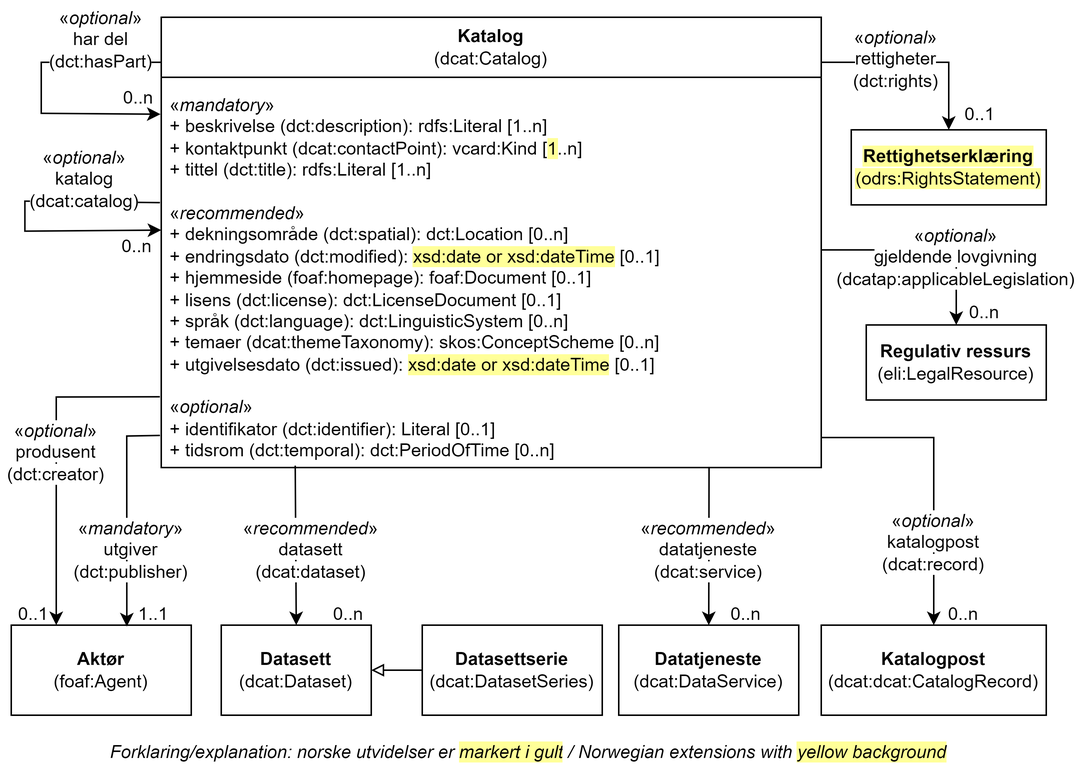
The draw.io diagram docs/images/Klassen-Katalog.png in Informasjonsforvaltning/dcat-ap-no, before a commit. Source tidied: cells renumbered, new cells last; positions are measured from the earlier drawing's top-left corner, leaving out a move shared by most shapes.
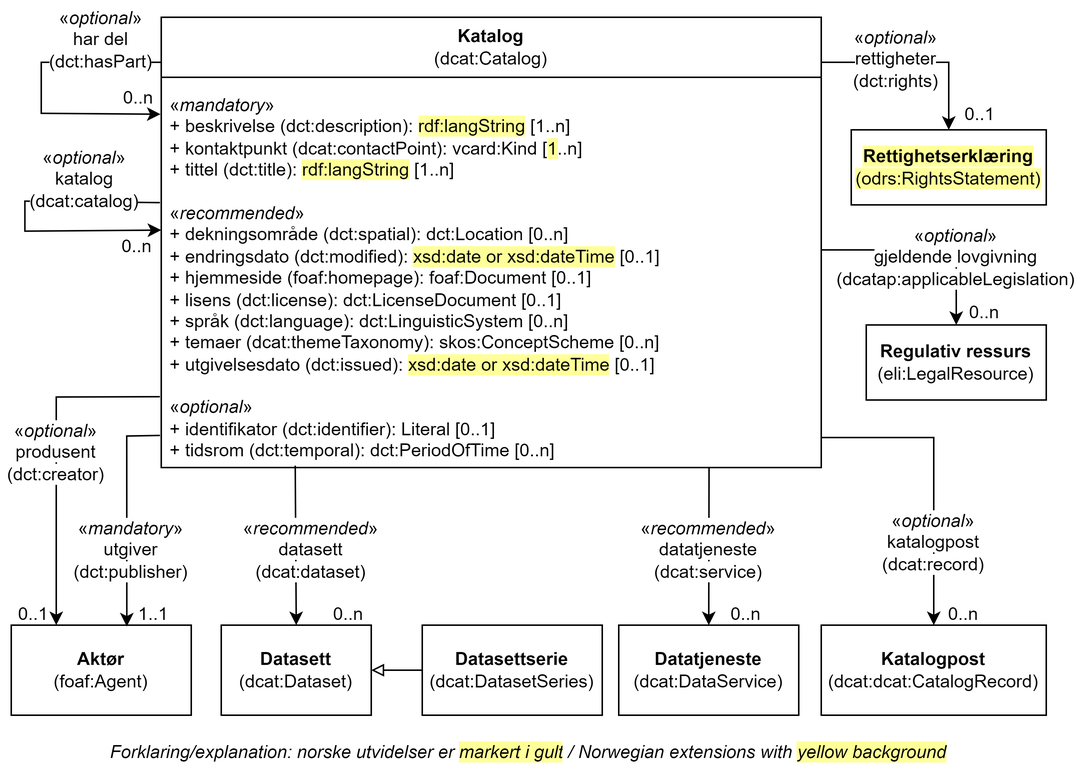
The same diagram one commit later.

Commit message:
Issue #530 Katalog

The edit, as a diff of the source:
```diff
@@ -5,7 +5,7 @@
     <mxCell id="2" value="Katalog&lt;br&gt;&lt;span style=&quot;font-weight: normal;&quot;&gt;(dcat:Catalog)&lt;/span&gt;" style="swimlane;whiteSpace=wrap;html=1;startSize=40;" parent="1" vertex="1">
       <mxGeometry x="100" width="440" height="300" as="geometry" />
     </mxCell>
-    <mxCell id="3" value="«&lt;i&gt;mandatory&lt;/i&gt;»&lt;br&gt;+ beskrivelse (dct:description): rdfs:Literal [1..n]&lt;br&gt;+ kontaktpunkt (dcat:contactPoint): vcard:Kind [&lt;span style=&quot;background-color: rgb(255, 255, 153);&quot;&gt;1&lt;/span&gt;..n]&lt;br&gt;+ tittel (dct:title): rdfs:Literal [1..n]&lt;br&gt;&lt;br&gt;«&lt;i&gt;recommended&lt;/i&gt;»&lt;br&gt;+ dekningsområde (dct:spatial): dct:Location [0..n]&lt;br&gt;+ endringsdato (dct:modified): &lt;span style=&quot;background-color: rgb(255, 255, 153);&quot;&gt;xsd:date or xsd:dateTime&lt;/span&gt; [0..1]&lt;br&gt;+ hjemmeside (foaf:homepage): foaf:Document [0..1]&lt;br&gt;+ lisens (dct:license): dct:LicenseDocument [0..1]&lt;br&gt;+ språk (dct:language): dct:LinguisticSystem [0..n]&lt;br&gt;+ temaer (dcat:themeTaxonomy): skos:ConceptScheme [0..n]&lt;br&gt;+ utgivelsesdato (dct:issued): &lt;span style=&quot;background-color: rgb(255, 255, 153);&quot;&gt;xsd:date or xsd:dateTime&lt;/span&gt; [0..1]&lt;br&gt;&lt;br&gt;«&lt;i&gt;optional&lt;/i&gt;»&lt;br&gt;&lt;div&gt;+ identifikator (dct:identifier): Literal [0..1]&lt;br&gt;+ tidsrom (dct:temporal): dct:PeriodOfTime [0..n]&lt;/div&gt;" style="text;strokeColor=none;fillColor=none;align=left;verticalAlign=top;spacingLeft=4;spacingRight=4;overflow=hidden;points=[[0,0.5],[1,0.5]];portConstraint=eastwest;whiteSpace=wrap;html=1;" parent="2" vertex="1">
+    <mxCell id="3" value="«&lt;i&gt;mandatory&lt;/i&gt;»&lt;br&gt;+ beskrivelse (dct:description): &lt;span style=&quot;background-color: rgb(255, 255, 153);&quot;&gt;rdf:langString&lt;/span&gt; [1..n]&lt;br&gt;+ kontaktpunkt (dcat:contactPoint): vcard:Kind [&lt;span style=&quot;background-color: rgb(255, 255, 153);&quot;&gt;1&lt;/span&gt;..n]&lt;br&gt;+ tittel (dct:title):&amp;nbsp;&lt;span style=&quot;background-color: rgb(255, 255, 153);&quot;&gt;rdf:langString&lt;/span&gt;&amp;nbsp;[1..n]&lt;br&gt;&lt;br&gt;«&lt;i&gt;recommended&lt;/i&gt;»&lt;br&gt;+ dekningsområde (dct:spatial): dct:Location [0..n]&lt;br&gt;+ endringsdato (dct:modified): &lt;span style=&quot;background-color: rgb(255, 255, 153);&quot;&gt;xsd:date or xsd:dateTime&lt;/span&gt; [0..1]&lt;br&gt;+ hjemmeside (foaf:homepage): foaf:Document [0..1]&lt;br&gt;+ lisens (dct:license): dct:LicenseDocument [0..1]&lt;br&gt;+ språk (dct:language): dct:LinguisticSystem [0..n]&lt;br&gt;+ temaer (dcat:themeTaxonomy): skos:ConceptScheme [0..n]&lt;br&gt;+ utgivelsesdato (dct:issued): &lt;span style=&quot;background-color: rgb(255, 255, 153);&quot;&gt;xsd:date or xsd:dateTime&lt;/span&gt; [0..1]&lt;br&gt;&lt;br&gt;«&lt;i&gt;optional&lt;/i&gt;»&lt;br&gt;&lt;div&gt;+ identifikator (dct:identifier): Literal [0..1]&lt;br&gt;+ tidsrom (dct:temporal): dct:PeriodOfTime [0..n]&lt;/div&gt;" style="text;strokeColor=none;fillColor=none;align=left;verticalAlign=top;spacingLeft=4;spacingRight=4;overflow=hidden;points=[[0,0.5],[1,0.5]];portConstraint=eastwest;whiteSpace=wrap;html=1;" parent="2" vertex="1">
       <mxGeometry y="45" width="440" height="255" as="geometry" />
     </mxCell>
     <mxCell id="4" style="endArrow=classic;html=1;rounded=0;entryX=-0.001;entryY=0.253;entryDx=0;entryDy=0;entryPerimeter=0;" parent="2" edge="1">
```
